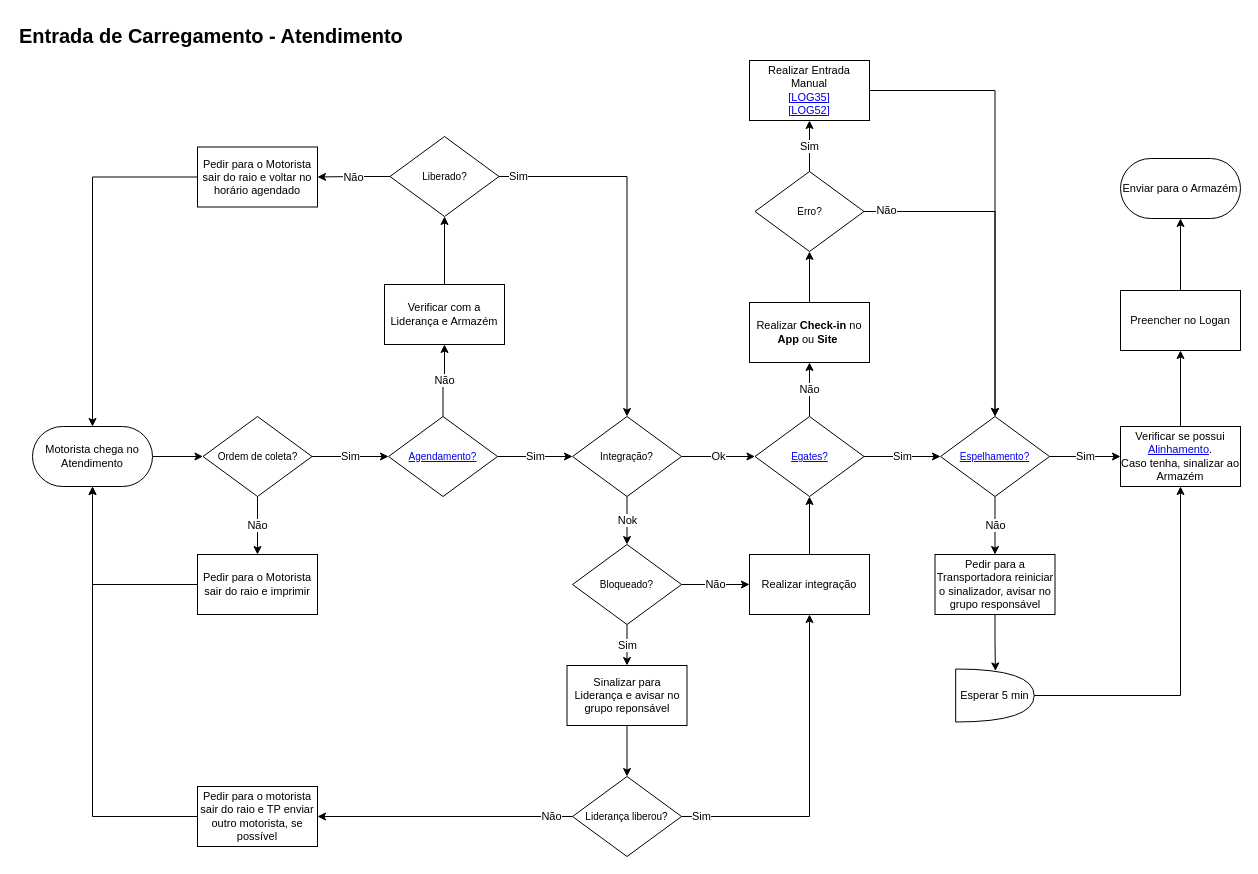
The draw.io diagram Carregamento.drawio in VictorAlvesMatias/fluxogramas, before the edit. Source tidied: cells renumbered, new cells numbered last; positions are measured from the earlier drawing's top-left corner, leaving out a move shared by most shapes. Both pictures are drawn from the tidied source at 100%, with x=0, y=0 at pixel (17, 17).
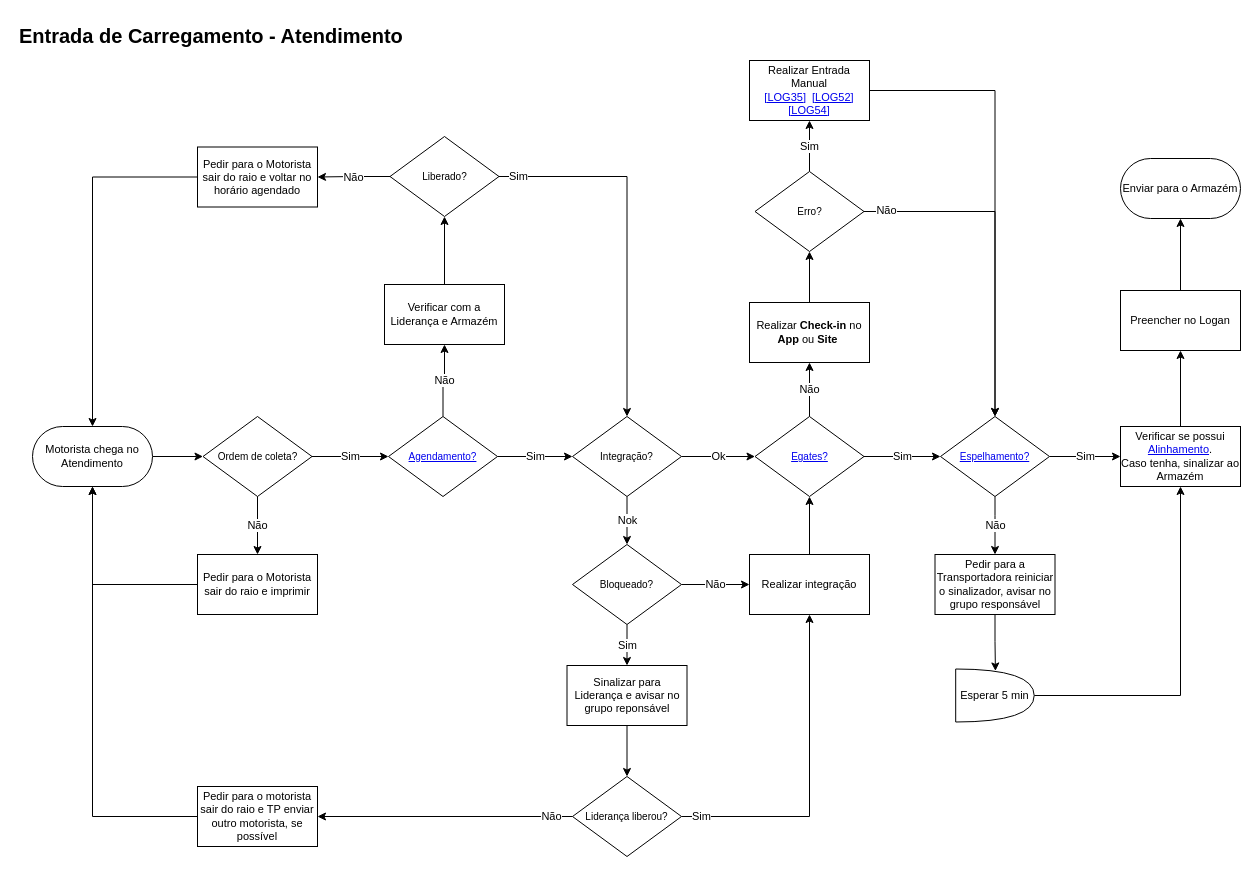
The same page after the edit.

What changed in the source:
```diff
@@
-    <mxCell id="29" value="Realizar Entrada Manual&lt;br&gt;&lt;a href=&quot;https://www.myworkday.com/abinbev/learning/course/d115937921451001034cfec96b960001?record=7cd7e49422c810011a0aaa4b39510000&amp;amp;type=9882927d138b100019b928e75843018d&quot;&gt;[LOG35]&lt;/a&gt;&lt;br&gt;&lt;a href=&quot;https://www.myworkday.com/abinbev/learning/course/fcd0fd75a26610010342241d6f330000/lesson/d997d903489a1001f470061e09f50002?record=5b787190088810004d4c2b44a86f0000&amp;amp;type=9882927d138b100019b928e75843018d&quot;&gt;[LOG52]&lt;/a&gt;" style="rounded=0;whiteSpace=wrap;html=1;fontSize=11;" parent="1" vertex="1">
+    <mxCell id="29" value="Realizar Entrada Manual&lt;br&gt;&lt;a href=&quot;https://www.myworkday.com/abinbev/learning/course/d115937921451001034cfec96b960001?record=7cd7e49422c810011a0aaa4b39510000&amp;amp;type=9882927d138b100019b928e75843018d&quot;&gt;[LOG35]&lt;/a&gt;&amp;nbsp;&amp;nbsp;&lt;a href=&quot;https://www.myworkday.com/abinbev/learning/course/fcd0fd75a26610010342241d6f330000/lesson/d997d903489a1001f470061e09f50002?record=5b787190088810004d4c2b44a86f0000&amp;amp;type=9882927d138b100019b928e75843018d&quot;&gt;[LOG52]&lt;/a&gt;&lt;br&gt;&lt;a href=&quot;https://www.myworkday.com/abinbev/learning/course/857d2b4e2c54100103425950fc930000/lesson/9ef42f875d791001b3ff5dad92790003?record=45a41f6fe17c10004f0cb2074dd30000&amp;amp;type=9882927d138b100019b928e75843018d&quot;&gt;[LOG54]&lt;/a&gt;" style="rounded=0;whiteSpace=wrap;html=1;fontSize=11;" parent="1" vertex="1">
       <mxGeometry x="732" y="43" width="120" height="60" as="geometry" />
     </mxCell>
```
